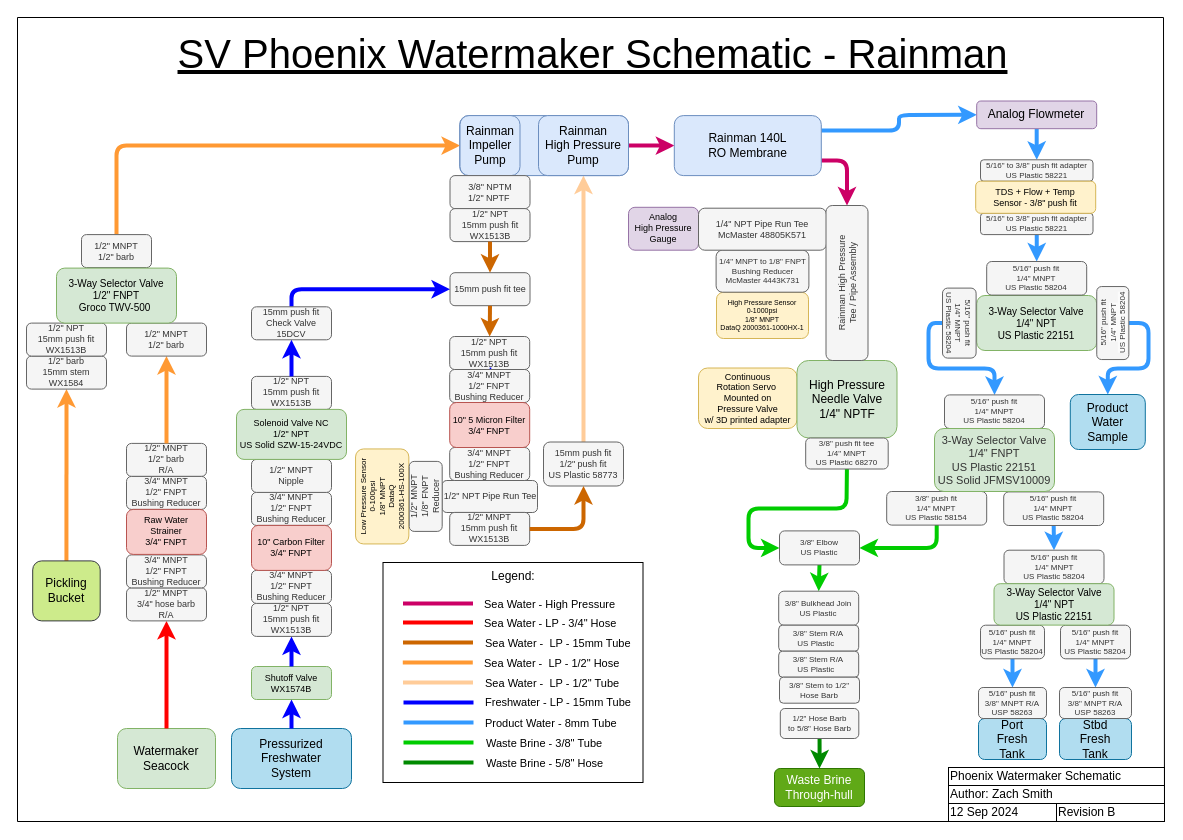
This is Phoenix - Rainman Setup.drawio from hoeken/brineomatic, a draw.io file, before an edit. Source tidied: cells renumbered, new cells numbered last; positions are measured from the earlier drawing's top-left corner, leaving out a move shared by most shapes. Both pictures are drawn from the tidied source at 100%, with x=0, y=0 at pixel (17, 17).
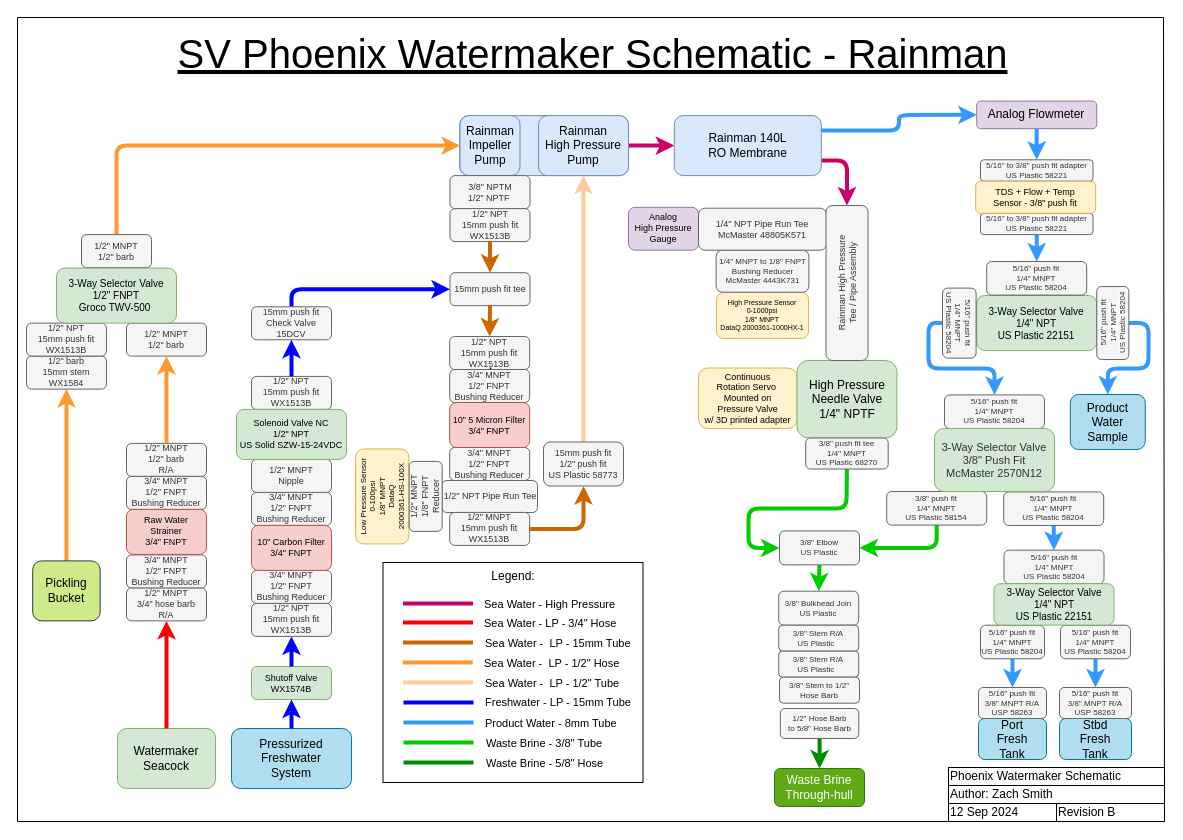
The same diagram, later.

Diff of the diagram source:
```diff
@@
-    <mxCell id="109" value="&lt;font style=&quot;border-color: var(--border-color); font-size: 11px;&quot; color=&quot;#333333&quot;&gt;3-Way Selector Valve&lt;br style=&quot;border-color: var(--border-color);&quot;&gt;&lt;/font&gt;&lt;font style=&quot;border-color: var(--border-color); font-size: 11px;&quot; color=&quot;#333333&quot;&gt;1/4&quot; FNPT&lt;br style=&quot;border-color: var(--border-color);&quot;&gt;&lt;/font&gt;&lt;font style=&quot;border-color: var(--border-color); font-size: 11px;&quot; color=&quot;#333333&quot;&gt;US Plastic&amp;nbsp;22151&lt;br&gt;US Solid JFMSV10009&lt;/font&gt;" style="rounded=1;whiteSpace=wrap;html=1;fillColor=#d5e8d4;strokeColor=#82b366;fontSize=10;" parent="1" vertex="1">
+    <mxCell id="109" value="&lt;font style=&quot;border-color: var(--border-color); font-size: 11px;&quot; color=&quot;#333333&quot;&gt;3-Way Selector Valve&lt;br style=&quot;border-color: var(--border-color);&quot;&gt;&lt;/font&gt;&lt;font style=&quot;border-color: var(--border-color); font-size: 11px;&quot; color=&quot;#333333&quot;&gt;3/8&quot; Push Fit&lt;br&gt;McMaster 2570N12&lt;br&gt;&lt;/font&gt;" style="rounded=1;whiteSpace=wrap;html=1;fillColor=#d5e8d4;strokeColor=#82b366;fontSize=10;" parent="1" vertex="1">
       <mxGeometry x="917" y="411" width="120" height="63" as="geometry" />
     </mxCell>
```
